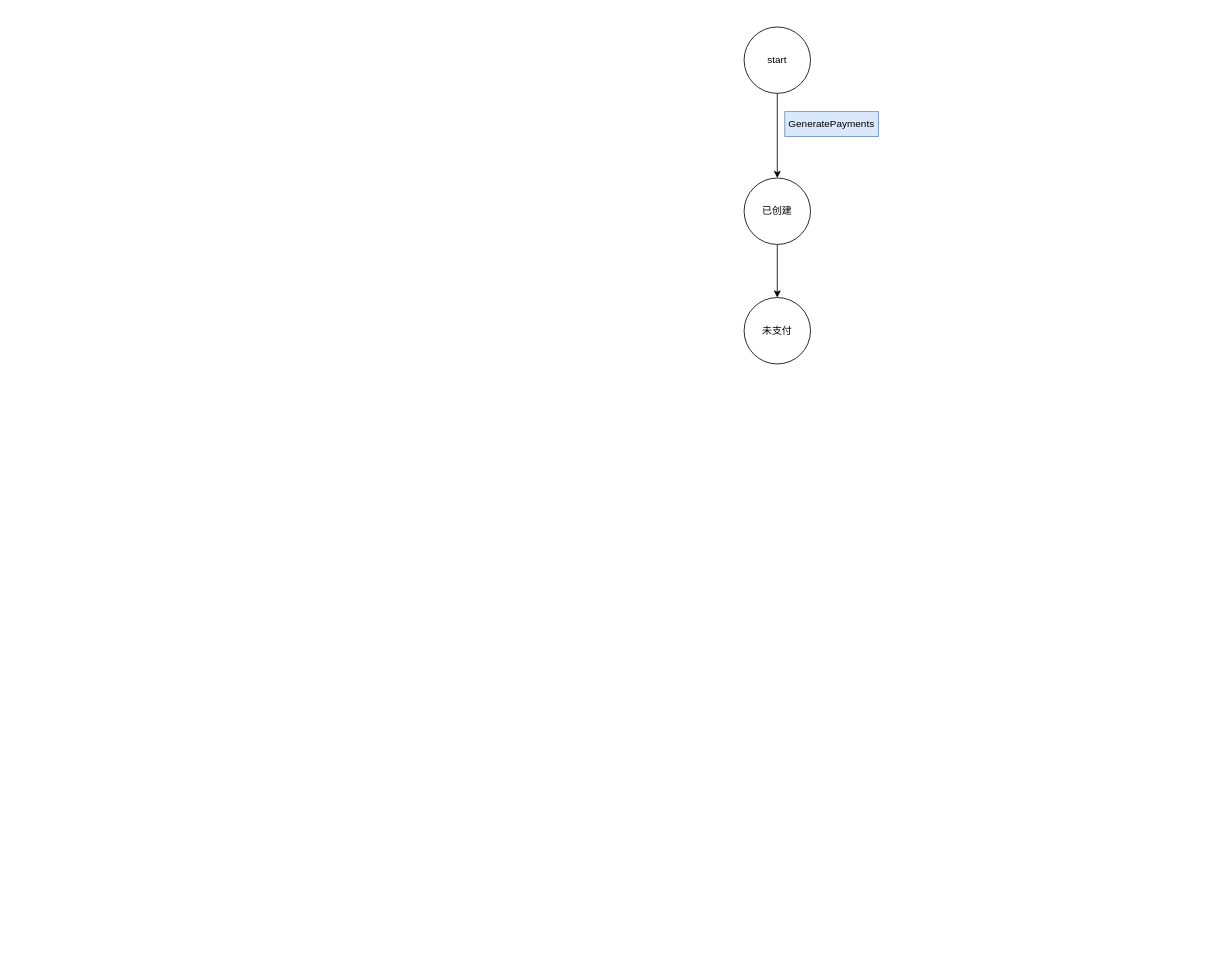
Earlier version of the draw.io diagram page "状态流转" (3 of 3) of tmp.drawio (xhd2015/bog). Source tidied: cells renumbered, new cells numbered last; positions are measured from the earlier drawing's top-left corner, leaving out a move shared by most shapes. Both pictures are drawn from the tidied source at 83%, with x=0, y=0 at pixel (744, 27).
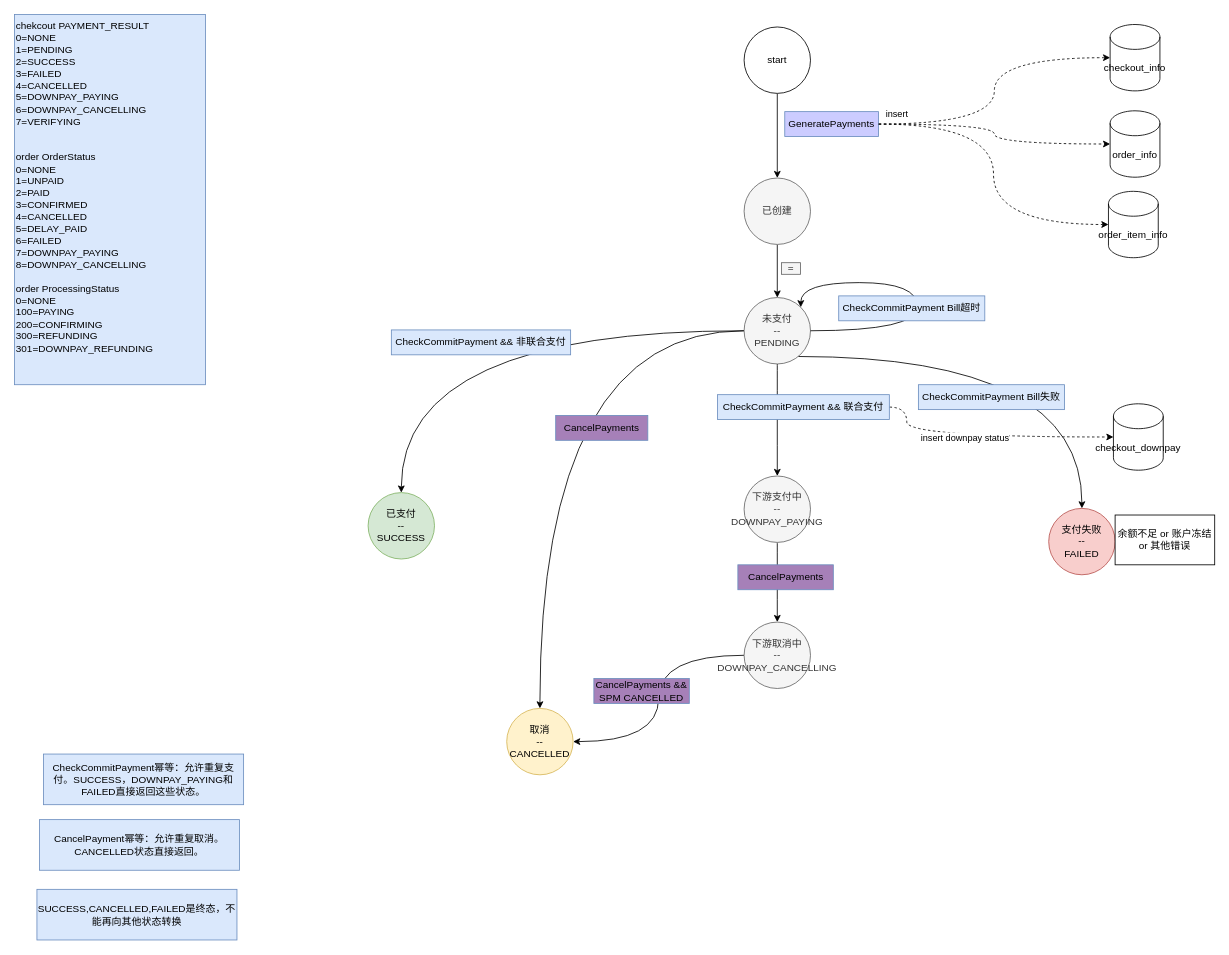
Above is the later version.

What changed in the source:
```diff
@@
+    <mxCell id="8" style="edgeStyle=orthogonalEdgeStyle;curved=1;rounded=0;jettySize=auto;html=1;entryX=0.5;entryY=0;entryDx=0;entryDy=0;" parent="1" edge="1" source="2" target="24">
+      <mxGeometry relative="1" as="geometry" />
+    </mxCell>
+    <mxCell id="9" style="edgeStyle=orthogonalEdgeStyle;curved=1;rounded=0;jettySize=auto;html=1;entryX=0.5;entryY=0;entryDx=0;entryDy=0;" parent="1" edge="1" source="2" target="20">
+      <mxGeometry relative="1" as="geometry" />
+    </mxCell>
+    <mxCell id="10" style="edgeStyle=orthogonalEdgeStyle;curved=1;rounded=0;jettySize=auto;html=1;entryX=0.5;entryY=0;entryDx=0;entryDy=0;" parent="1" edge="1" source="2" target="21">
+      <mxGeometry relative="1" as="geometry">
+        <Array as="points">
+          <mxPoint x="407" y="397" />
+        </Array>
+      </mxGeometry>
+    </mxCell>
+    <mxCell id="11" style="edgeStyle=orthogonalEdgeStyle;curved=1;rounded=0;jettySize=auto;html=1;entryX=0.5;entryY=0;entryDx=0;entryDy=0;" parent="1" edge="1" source="2" target="35">
+      <mxGeometry relative="1" as="geometry" />
+    </mxCell>
-    <mxCell id="2" value="未支付" style="ellipse;whiteSpace=wrap;html=1;" parent="1" vertex="1">
+    <mxCell id="2" value="未支付&lt;br&gt;--&lt;br&gt;PENDING" style="ellipse;whiteSpace=wrap;html=1;fillColor=#f5f5f5;fontColor=#333333;strokeColor=#666666;" parent="1" vertex="1">
       <mxGeometry y="326" width="80" height="80" as="geometry" />
     </mxCell>
@@
-    <mxCell id="4" value="已创建" style="ellipse;whiteSpace=wrap;html=1;" parent="1" vertex="1">
+    <mxCell id="4" value="已创建" style="ellipse;whiteSpace=wrap;html=1;fillColor=#f5f5f5;fontColor=#333333;strokeColor=#666666;" parent="1" vertex="1">
       <mxGeometry y="182" width="80" height="80" as="geometry" />
     </mxCell>
@@
+    <mxCell id="12" style="edgeStyle=orthogonalEdgeStyle;rounded=0;jettySize=auto;html=1;entryX=0;entryY=0.5;entryDx=0;entryDy=0;entryPerimeter=0;curved=1;dashed=1;" parent="1" edge="1" source="7" target="14">
+      <mxGeometry relative="1" as="geometry" />
+    </mxCell>
-    <mxCell id="7" value="GeneratePayments" style="text;html=1;strokeColor=#6c8ebf;fillColor=#dae8fc;align=center;verticalAlign=middle;whiteSpace=wrap;rounded=0;" parent="1" vertex="1">
+    <mxCell id="7" value="GeneratePayments" style="text;html=1;strokeColor=#6c8ebf;fillColor=#CCCCFF;align=center;verticalAlign=middle;whiteSpace=wrap;rounded=0;" parent="1" vertex="1">
       <mxGeometry x="49" y="102" width="113" height="30" as="geometry" />
     </mxCell>
+    <mxCell id="13" value="=" style="text;html=1;align=center;verticalAlign=middle;whiteSpace=wrap;rounded=0;fillColor=#f5f5f5;fontColor=#333333;strokeColor=#666666;" parent="1" vertex="1">
+      <mxGeometry x="45" y="284" width="23" height="14" as="geometry" />
+    </mxCell>
+    <mxCell id="14" value="checkout_info" style="shape=cylinder3;whiteSpace=wrap;html=1;boundedLbl=1;backgroundOutline=1;size=15;" parent="1" vertex="1">
+      <mxGeometry x="441" y="-3" width="60" height="80" as="geometry" />
+    </mxCell>
+    <mxCell id="15" value="order_info" style="shape=cylinder3;whiteSpace=wrap;html=1;boundedLbl=1;backgroundOutline=1;size=15;" parent="1" vertex="1">
+      <mxGeometry x="441" y="101" width="60" height="80" as="geometry" />
+    </mxCell>
+    <mxCell id="16" value="order_item_info" style="shape=cylinder3;whiteSpace=wrap;html=1;boundedLbl=1;backgroundOutline=1;size=15;" parent="1" vertex="1">
+      <mxGeometry x="439" y="198" width="60" height="80" as="geometry" />
+    </mxCell>
+    <mxCell id="17" style="edgeStyle=orthogonalEdgeStyle;rounded=0;jettySize=auto;html=1;entryX=0;entryY=0.5;entryDx=0;entryDy=0;entryPerimeter=0;exitX=1;exitY=0.5;exitDx=0;exitDy=0;curved=1;dashed=1;" parent="1" edge="1" source="7" target="15">
+      <mxGeometry relative="1" as="geometry" />
+    </mxCell>
+    <mxCell id="18" style="edgeStyle=orthogonalEdgeStyle;rounded=0;jettySize=auto;html=1;entryX=0;entryY=0.5;entryDx=0;entryDy=0;entryPerimeter=0;exitX=1;exitY=0.5;exitDx=0;exitDy=0;curved=1;dashed=1;" parent="1" edge="1" source="7" target="16">
+      <mxGeometry relative="1" as="geometry" />
+    </mxCell>
+    <mxCell id="19" value="chekcout PAYMENT_RESULT&lt;br&gt;&lt;span&gt;0=NONE&lt;/span&gt;&lt;br&gt;1=PENDING&lt;br&gt;2=SUCCESS&lt;br&gt;3=FAILED&lt;br&gt;4=CANCELLED&lt;br&gt;5=DOWNPAY_PAYING&lt;br&gt;6=DOWNPAY_CANCELLING&lt;br&gt;7=VERIFYING&lt;br&gt;&lt;br&gt;&lt;br&gt;order OrderStatus&lt;br&gt;0=NONE&lt;br&gt;1=UNPAID&lt;br&gt;2=PAID&lt;br&gt;3=CONFIRMED&lt;br&gt;4=CANCELLED&lt;br&gt;5=DELAY_PAID&lt;br&gt;6=FAILED&lt;br&gt;7=DOWNPAY_PAYING&lt;br&gt;8=DOWNPAY_CANCELLING&lt;br&gt;&lt;br&gt;order ProcessingStatus&lt;br&gt;0=NONE&lt;br&gt;100=PAYING&lt;br&gt;200=CONFIRMING&lt;br&gt;300=REFUNDING&lt;br&gt;301=DOWNPAY_REFUNDING" style="rounded=0;whiteSpace=wrap;html=1;fillColor=#dae8fc;strokeColor=#6c8ebf;align=left;verticalAlign=top;" parent="1" vertex="1">
+      <mxGeometry x="-879" y="-15" width="230" height="446" as="geometry" />
+    </mxCell>
+    <mxCell id="20" value="已支付&lt;br&gt;--&lt;br&gt;SUCCESS" style="ellipse;whiteSpace=wrap;html=1;fillColor=#d5e8d4;strokeColor=#82b366;" parent="1" vertex="1">
+      <mxGeometry x="-453" y="561" width="80" height="80" as="geometry" />
+    </mxCell>
+    <mxCell id="21" value="支付失败&lt;br&gt;--&lt;br&gt;FAILED" style="ellipse;whiteSpace=wrap;html=1;fillColor=#f8cecc;strokeColor=#b85450;" parent="1" vertex="1">
+      <mxGeometry x="367" y="580" width="80" height="80" as="geometry" />
+    </mxCell>
+    <mxCell id="22" value="CheckCommitPayment幂等：允许重复支付。SUCCESS，DOWNPAY_PAYING和FAILED直接返回这些状态。" style="text;html=1;strokeColor=#6c8ebf;fillColor=#dae8fc;align=center;verticalAlign=middle;whiteSpace=wrap;rounded=0;" parent="1" vertex="1">
+      <mxGeometry x="-844" y="876" width="241" height="61" as="geometry" />
+    </mxCell>
+    <mxCell id="23" style="edgeStyle=orthogonalEdgeStyle;curved=1;rounded=0;jettySize=auto;html=1;entryX=0.5;entryY=0;entryDx=0;entryDy=0;" parent="1" edge="1" source="24" target="39">
+      <mxGeometry relative="1" as="geometry" />
+    </mxCell>
+    <mxCell id="24" value="下游支付中&lt;br&gt;--&lt;br&gt;DOWNPAY_PAYING" style="ellipse;whiteSpace=wrap;html=1;fillColor=#f5f5f5;strokeColor=#666666;fontColor=#333333;" parent="1" vertex="1">
+      <mxGeometry y="541" width="80" height="80" as="geometry" />
+    </mxCell>
+    <mxCell id="25" style="edgeStyle=orthogonalEdgeStyle;curved=1;rounded=0;jettySize=auto;html=1;entryX=0;entryY=0.5;entryDx=0;entryDy=0;entryPerimeter=0;dashed=1;exitX=1;exitY=0.5;exitDx=0;exitDy=0;" parent="1" edge="1" source="28" target="41">
+      <mxGeometry relative="1" as="geometry">
+        <Array as="points">
+          <mxPoint x="196" y="458" />
+          <mxPoint x="196" y="494" />
+        </Array>
+      </mxGeometry>
+    </mxCell>
+    <mxCell id="26" value="insert downpay status" style="edgeLabel;html=1;align=center;verticalAlign=middle;" parent="25" vertex="1">
+      <mxGeometry x="-0.17" relative="1" as="geometry">
+        <mxPoint x="-1" as="offset" />
+      </mxGeometry>
+    </mxCell>
+    <mxCell id="27" value="insert" style="edgeLabel;html=1;align=center;verticalAlign=middle;" parent="25" vertex="1">
+      <mxGeometry x="-0.17" relative="1" as="geometry">
+        <mxPoint x="-83" y="-390" as="offset" />
+      </mxGeometry>
+    </mxCell>
+    <mxCell id="28" value="CheckCommitPayment &amp;amp;&amp;amp; 联合支付" style="text;html=1;strokeColor=#6c8ebf;fillColor=#dae8fc;align=center;verticalAlign=middle;whiteSpace=wrap;rounded=0;" parent="1" vertex="1">
+      <mxGeometry x="-32" y="443" width="207" height="30" as="geometry" />
+    </mxCell>
+    <mxCell id="29" value="CheckCommitPayment &amp;amp;&amp;amp; 非联合支付" style="text;html=1;strokeColor=#6c8ebf;fillColor=#dae8fc;align=center;verticalAlign=middle;whiteSpace=wrap;rounded=0;" parent="1" vertex="1">
+      <mxGeometry x="-425" y="365" width="216" height="30" as="geometry" />
+    </mxCell>
+    <mxCell id="30" style="edgeStyle=orthogonalEdgeStyle;curved=1;rounded=0;orthogonalLoop=1;jettySize=auto;html=1;entryX=1;entryY=0;entryDx=0;entryDy=0;exitX=1;exitY=0.5;exitDx=0;exitDy=0;" parent="1" edge="1" source="2" target="2">
+      <mxGeometry relative="1" as="geometry">
+        <Array as="points">
+          <mxPoint x="209" y="366" />
+          <mxPoint x="209" y="308" />
+          <mxPoint x="68" y="308" />
+        </Array>
+      </mxGeometry>
+    </mxCell>
+    <mxCell id="31" value="CheckCommitPayment Bill超时" style="text;html=1;strokeColor=#6c8ebf;fillColor=#dae8fc;align=center;verticalAlign=middle;whiteSpace=wrap;rounded=0;" parent="1" vertex="1">
+      <mxGeometry x="114" y="324" width="176" height="30" as="geometry" />
+    </mxCell>
+    <mxCell id="32" value="CheckCommitPayment Bill失败" style="text;html=1;strokeColor=#6c8ebf;fillColor=#dae8fc;align=center;verticalAlign=middle;whiteSpace=wrap;rounded=0;" parent="1" vertex="1">
+      <mxGeometry x="210" y="431" width="176" height="30" as="geometry" />
+    </mxCell>
+    <mxCell id="33" value="余额不足 or 账户冻结 or 其他错误" style="rounded=0;whiteSpace=wrap;html=1;" parent="1" vertex="1">
+      <mxGeometry x="447" y="588" width="120" height="60" as="geometry" />
+    </mxCell>
+    <mxCell id="34" value="CancelPayment幂等：允许重复取消。CANCELLED状态直接返回。" style="text;html=1;strokeColor=#6c8ebf;fillColor=#dae8fc;align=center;verticalAlign=middle;whiteSpace=wrap;rounded=0;" parent="1" vertex="1">
+      <mxGeometry x="-849" y="955" width="241" height="61" as="geometry" />
+    </mxCell>
+    <mxCell id="35" value="取消&lt;br&gt;--&lt;br&gt;CANCELLED" style="ellipse;whiteSpace=wrap;html=1;fillColor=#fff2cc;strokeColor=#d6b656;" parent="1" vertex="1">
+      <mxGeometry x="-286" y="821" width="80" height="80" as="geometry" />
+    </mxCell>
+    <mxCell id="36" value="CancelPayments" style="text;html=1;strokeColor=#6c8ebf;fillColor=#A680B8;align=center;verticalAlign=middle;whiteSpace=wrap;rounded=0;" parent="1" vertex="1">
+      <mxGeometry x="-227" y="468" width="111" height="30" as="geometry" />
+    </mxCell>
+    <mxCell id="37" value="CancelPayments" style="text;html=1;strokeColor=#6c8ebf;fillColor=#A680B8;align=center;verticalAlign=middle;whiteSpace=wrap;rounded=0;" parent="1" vertex="1">
+      <mxGeometry x="-7.5" y="648" width="115" height="30" as="geometry" />
+    </mxCell>
+    <mxCell id="38" style="edgeStyle=orthogonalEdgeStyle;curved=1;rounded=0;jettySize=auto;html=1;entryX=1;entryY=0.5;entryDx=0;entryDy=0;" parent="1" edge="1" source="39" target="35">
+      <mxGeometry relative="1" as="geometry">
+        <Array as="points">
+          <mxPoint x="-103" y="757" />
+          <mxPoint x="-103" y="861" />
+        </Array>
+      </mxGeometry>
+    </mxCell>
+    <mxCell id="39" value="下游取消中&lt;br&gt;--&lt;br&gt;DOWNPAY_CANCELLING" style="ellipse;whiteSpace=wrap;html=1;fillColor=#f5f5f5;strokeColor=#666666;fontColor=#333333;" parent="1" vertex="1">
+      <mxGeometry y="717" width="80" height="80" as="geometry" />
+    </mxCell>
+    <mxCell id="40" value="CancelPayments &amp;amp;&amp;amp; SPM CANCELLED" style="text;html=1;strokeColor=#6c8ebf;fillColor=#A680B8;align=center;verticalAlign=middle;whiteSpace=wrap;rounded=0;" parent="1" vertex="1">
+      <mxGeometry x="-181" y="785" width="115" height="30" as="geometry" />
+    </mxCell>
+    <mxCell id="41" value="checkout_downpay" style="shape=cylinder3;whiteSpace=wrap;html=1;boundedLbl=1;backgroundOutline=1;size=15;" parent="1" vertex="1">
+      <mxGeometry x="445" y="454" width="60" height="80" as="geometry" />
+    </mxCell>
+    <mxCell id="42" value="SUCCESS,CANCELLED,FAILED是终态，不能再向其他状态转换" style="text;html=1;strokeColor=#6c8ebf;fillColor=#dae8fc;align=center;verticalAlign=middle;whiteSpace=wrap;rounded=0;" parent="1" vertex="1">
+      <mxGeometry x="-852" y="1039" width="241" height="61" as="geometry" />
+    </mxCell>
```
